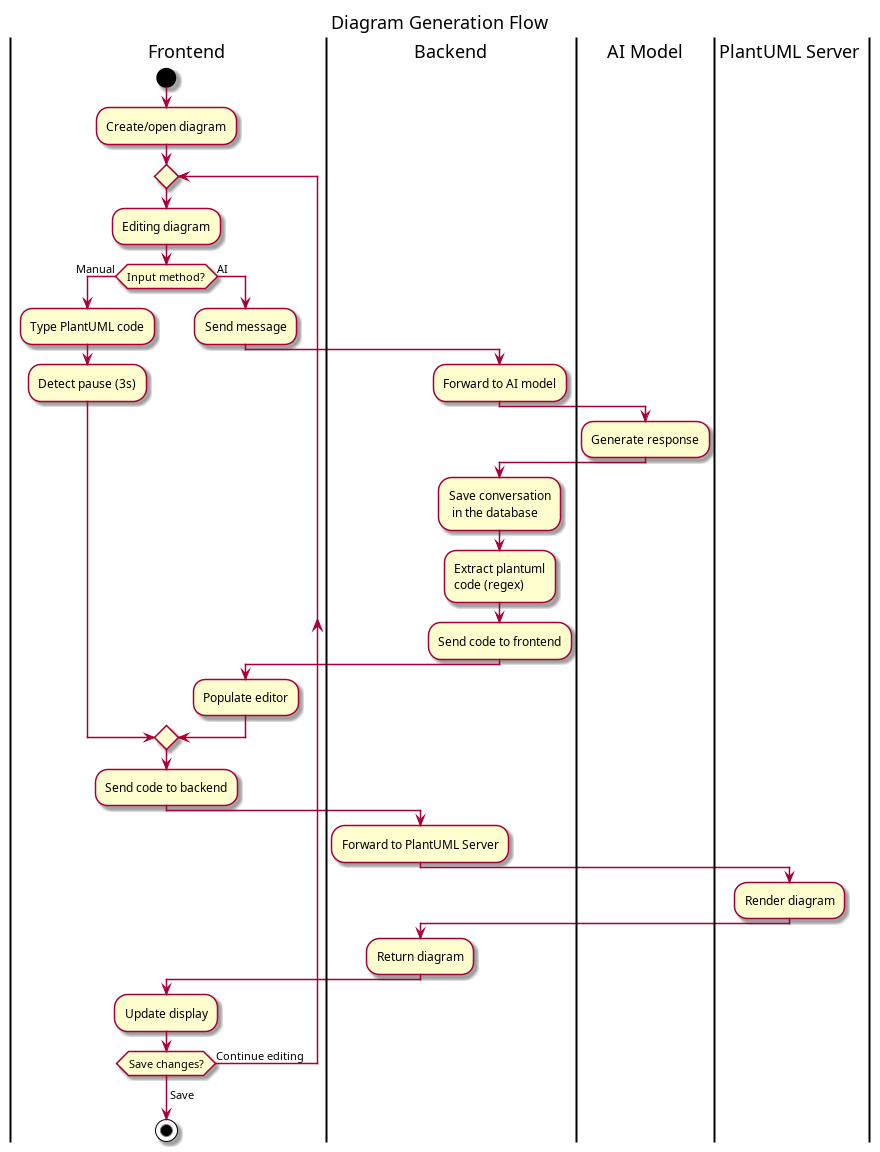
souhaib-askri/report_pfe keeps this PlantUML diagram as conception/SprintIV/Activity_diagrams/edit_diagams.png. Above is the earlier version. Its source is kept beside it as conception/SprintIV/Activity_diagrams/edit_diagams.puml.
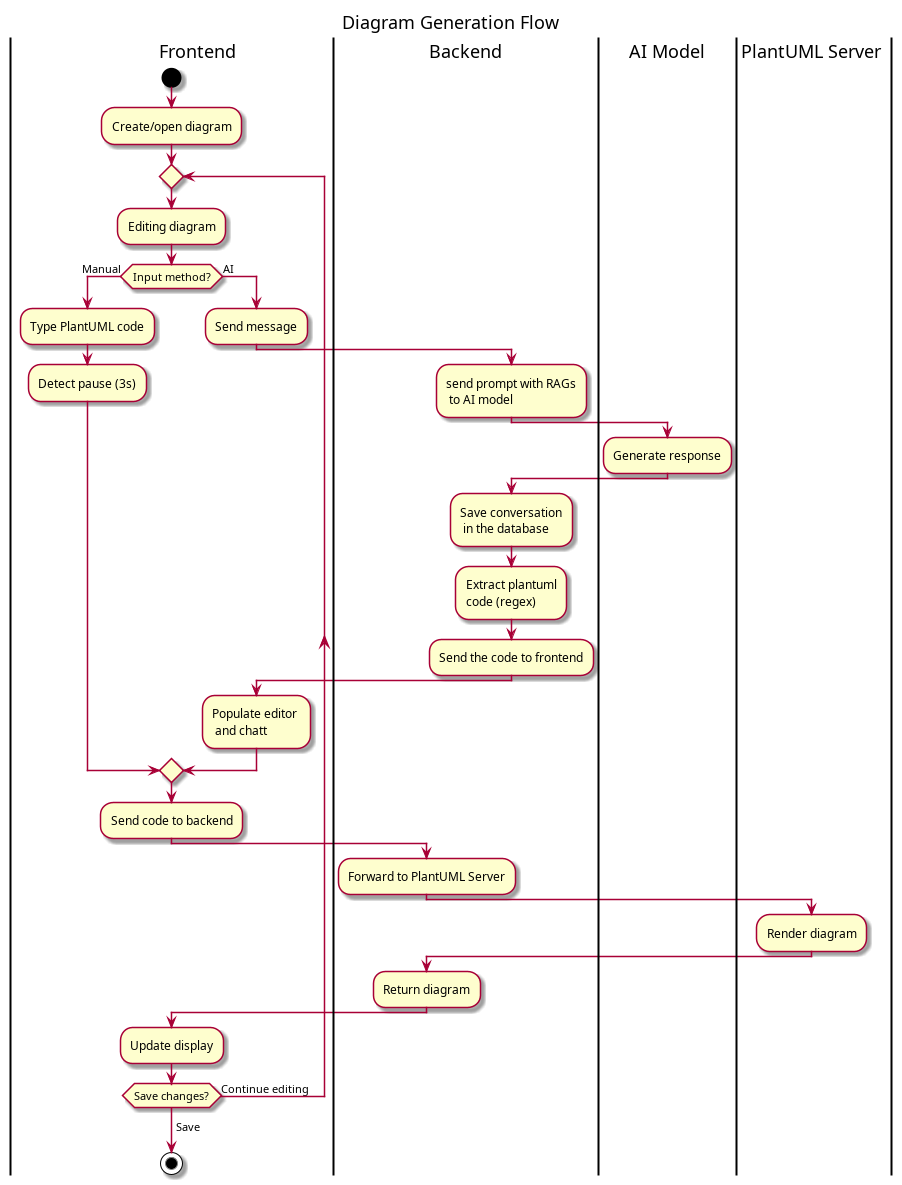
Above is the later version.

Diff of the diagram source:
```diff
@@ -15,7 +15,7 @@
     :Send message;
 
     |Backend|
-    :Forward to AI model;
+    :send prompt with RAGs\n to AI model;
 
     |AI Model|
     :Generate response;
@@ -26,7 +26,7 @@
     :Send the code to frontend;
 
     |Frontend|
-    :Populate editor;
+    :Populate editor \n and chatt;
   endif
 
   :Send code to backend;
```
